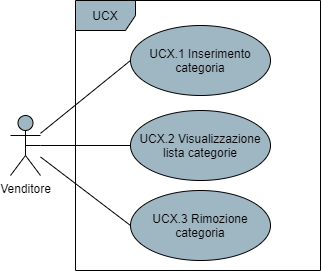
The draw.io diagram DocumentazioneEsterna/AnalisiDeiRequisiti/res/UseCase/Immagini/GestioneCategorie.png in Omicron-Team/Documentazione, before a commit. Source tidied: cells renumbered, new cells last; positions are measured from the earlier drawing's top-left corner, leaving out a move shared by most shapes. The source it was exported from:
```xml
<mxGraphModel>
  <root>
    <mxCell id="0" />
    <mxCell id="1" parent="0" />
    <mxCell id="2" style="rounded=0;jettySize=auto;html=1;entryX=0;entryY=0.5;entryDx=0;entryDy=0;endArrow=none;endFill=0;" parent="1" edge="1" source="5" target="7">
      <mxGeometry relative="1" as="geometry" />
    </mxCell>
    <mxCell id="3" style="edgeStyle=none;rounded=0;jettySize=auto;html=1;entryX=0;entryY=0.5;entryDx=0;entryDy=0;endArrow=none;endFill=0;" parent="1" edge="1" source="5" target="8">
      <mxGeometry relative="1" as="geometry" />
    </mxCell>
    <mxCell id="4" style="edgeStyle=none;rounded=0;jettySize=auto;html=1;entryX=0;entryY=0.5;entryDx=0;entryDy=0;endArrow=none;endFill=0;" parent="1" edge="1" source="5" target="9">
      <mxGeometry relative="1" as="geometry" />
    </mxCell>
    <mxCell id="5" value="Venditore" style="shape=umlActor;verticalLabelPosition=bottom;verticalAlign=top;html=1;fillColor=#9FB6C3;" parent="1" vertex="1">
      <mxGeometry y="115" width="30" height="60" as="geometry" />
    </mxCell>
    <mxCell id="6" value="UCX" style="shape=umlFrame;whiteSpace=wrap;html=1;fillColor=#9FB6C3;" parent="1" vertex="1">
      <mxGeometry x="65" width="245" height="270" as="geometry" />
    </mxCell>
    <mxCell id="7" value="UCX.1 Inserimento categoria" style="ellipse;whiteSpace=wrap;html=1;fillColor=#9FB6C3;" parent="1" vertex="1">
      <mxGeometry x="120" y="25" width="140" height="70" as="geometry" />
    </mxCell>
    <mxCell id="8" value="UCX.2 Visualizzazione lista categorie" style="ellipse;whiteSpace=wrap;html=1;fillColor=#9FB6C3;" parent="1" vertex="1">
      <mxGeometry x="120" y="110" width="140" height="70" as="geometry" />
    </mxCell>
    <mxCell id="9" value="UCX.3 Rimozione categoria" style="ellipse;whiteSpace=wrap;html=1;fillColor=#9FB6C3;" parent="1" vertex="1">
      <mxGeometry x="120" y="190" width="140" height="70" as="geometry" />
    </mxCell>
    <mxCell id="10" style="edgeStyle=none;rounded=0;orthogonalLoop=1;jettySize=auto;html=1;exitX=0.5;exitY=0.5;exitDx=0;exitDy=0;exitPerimeter=0;startArrow=none;startFill=0;endArrow=none;endFill=0;" parent="1" edge="1" source="5" target="5">
      <mxGeometry relative="1" as="geometry" />
    </mxCell>
  </root>
</mxGraphModel>
```
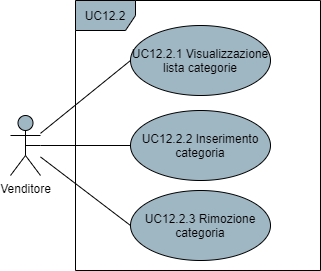
Above is the later version.

What changed in the source:
```diff
@@ -14,16 +14,16 @@
     <mxCell id="5" value="Venditore" style="shape=umlActor;verticalLabelPosition=bottom;verticalAlign=top;html=1;fillColor=#9FB6C3;" parent="1" vertex="1">
       <mxGeometry y="115" width="30" height="60" as="geometry" />
     </mxCell>
-    <mxCell id="6" value="UCX" style="shape=umlFrame;whiteSpace=wrap;html=1;fillColor=#9FB6C3;" parent="1" vertex="1">
+    <mxCell id="6" value="UC12.2" style="shape=umlFrame;whiteSpace=wrap;html=1;fillColor=#9FB6C3;" parent="1" vertex="1">
       <mxGeometry x="65" width="245" height="270" as="geometry" />
     </mxCell>
-    <mxCell id="7" value="UCX.1 Inserimento categoria" style="ellipse;whiteSpace=wrap;html=1;fillColor=#9FB6C3;" parent="1" vertex="1">
+    <mxCell id="7" value="UC12.2.1 Visualizzazione lista categorie" style="ellipse;whiteSpace=wrap;html=1;fillColor=#9FB6C3;" parent="1" vertex="1">
       <mxGeometry x="120" y="25" width="140" height="70" as="geometry" />
     </mxCell>
-    <mxCell id="8" value="UCX.2 Visualizzazione lista categorie" style="ellipse;whiteSpace=wrap;html=1;fillColor=#9FB6C3;" parent="1" vertex="1">
+    <mxCell id="8" value="UC12.2.2 Inserimento categoria" style="ellipse;whiteSpace=wrap;html=1;fillColor=#9FB6C3;" parent="1" vertex="1">
       <mxGeometry x="120" y="110" width="140" height="70" as="geometry" />
     </mxCell>
-    <mxCell id="9" value="UCX.3 Rimozione categoria" style="ellipse;whiteSpace=wrap;html=1;fillColor=#9FB6C3;" parent="1" vertex="1">
+    <mxCell id="9" value="UC12.2.3 Rimozione categoria" style="ellipse;whiteSpace=wrap;html=1;fillColor=#9FB6C3;" parent="1" vertex="1">
       <mxGeometry x="120" y="190" width="140" height="70" as="geometry" />
     </mxCell>
     <mxCell id="10" style="edgeStyle=none;rounded=0;orthogonalLoop=1;jettySize=auto;html=1;exitX=0.5;exitY=0.5;exitDx=0;exitDy=0;exitPerimeter=0;startArrow=none;startFill=0;endArrow=none;endFill=0;" parent="1" edge="1" source="5" target="5">
```
